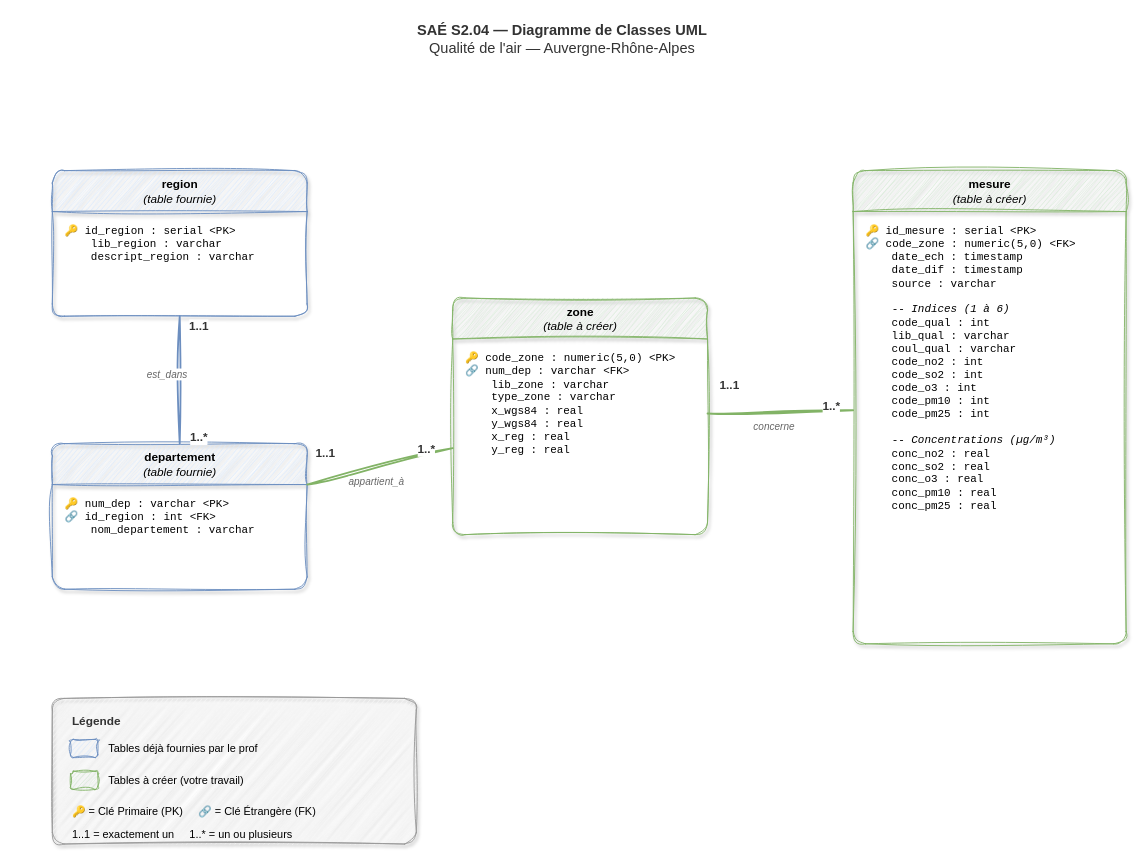
This is R2.06_Exploitation_BDD_TP/SAE_S1.04_BDD/diagramme_classes_SAE.drawio from mounabarry620-star/BDD_SQL_POSTGRES_BUT1_ARLES, a draw.io file, before an edit. Source tidied: cells renumbered, new cells numbered last; positions are measured from the earlier drawing's top-left corner, leaving out a move shared by most shapes. Both pictures are drawn from the tidied source at 91%, with x=0, y=0 at pixel (52, 15).
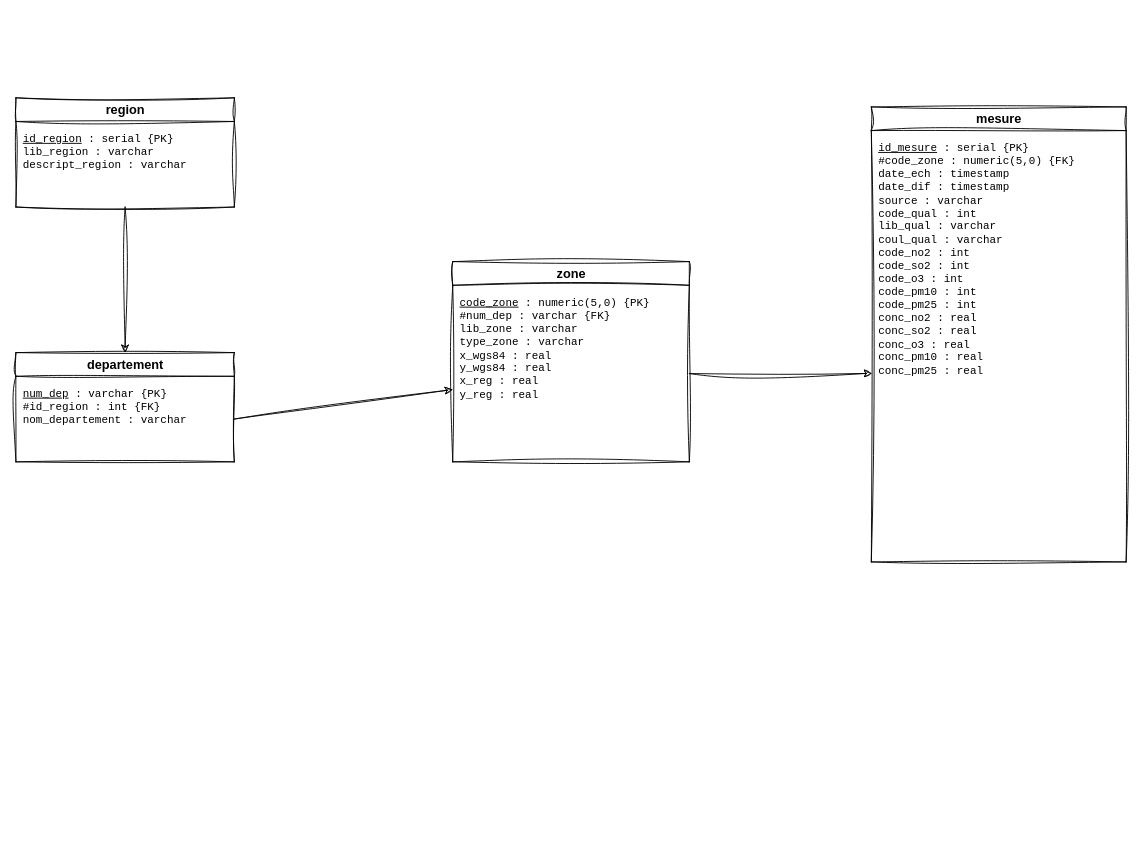
The same diagram, later.

What changed in the source:
```diff
@@
-    <mxCell id="2" value="&lt;b&gt;SAÉ S2.04 — Diagramme de Classes UML&lt;/b&gt;&lt;br&gt;Qualité de l'air — Auvergne-Rhône-Alpes" style="text;html=1;align=center;verticalAlign=middle;strokeColor=none;fillColor=none;fontSize=16;fontColor=#333333;rounded=1;sketch=1;curveFitting=1;jiggle=2;" parent="1" vertex="1">
-      <mxGeometry x="350" width="420" height="50" as="geometry" />
-    </mxCell>
-    <mxCell id="3" value="&lt;b&gt;region&lt;/b&gt;&lt;br&gt;&lt;i&gt;(table fournie)&lt;/i&gt;" style="swimlane;fontStyle=0;align=center;startSize=45;html=1;fontSize=13;fillColor=#dae8fc;strokeColor=#6c8ebf;rounded=1;arcSize=10;shadow=1;sketch=1;curveFitting=1;jiggle=2;" parent="1" vertex="1">
-      <mxGeometry y="170" width="280" height="160" as="geometry" />
+    <mxCell id="3" value="region" style="swimlane;fontStyle=1;align=center;startSize=26;html=1;fontSize=14;fillColor=none;strokeColor=#000000;sketch=1;curveFitting=1;jiggle=2;" parent="1" vertex="1">
+      <mxGeometry x="-40" y="90" width="240" height="120" as="geometry" />
     </mxCell>
-    <mxCell id="4" value="&lt;div style='text-align:left;padding:8px;font-size:12px;font-family:monospace;'&gt;🔑 id_region : serial &amp;lt;PK&amp;gt;&lt;br&gt;&amp;nbsp;&amp;nbsp;&amp;nbsp; lib_region : varchar&lt;br&gt;&amp;nbsp;&amp;nbsp;&amp;nbsp; descript_region : varchar&lt;/div&gt;" style="text;html=1;strokeColor=none;fillColor=none;align=left;verticalAlign=top;spacingLeft=4;spacingRight=4;overflow=hidden;whiteSpace=wrap;rounded=1;sketch=1;curveFitting=1;jiggle=2;" parent="3" vertex="1">
-      <mxGeometry y="45" width="280" height="115" as="geometry" />
+    <mxCell id="4" value="&lt;div style='text-align:left;padding:6px;font-size:12px;font-family:monospace;'&gt;&lt;u&gt;id_region&lt;/u&gt; : serial {PK}&lt;br&gt;lib_region : varchar&lt;br&gt;descript_region : varchar&lt;/div&gt;" style="text;html=1;strokeColor=none;fillColor=none;align=left;verticalAlign=top;overflow=hidden;whiteSpace=wrap;sketch=1;curveFitting=1;jiggle=2;" parent="3" vertex="1">
+      <mxGeometry y="26" width="240" height="94" as="geometry" />
     </mxCell>
-    <mxCell id="5" value="&lt;b&gt;departement&lt;/b&gt;&lt;br&gt;&lt;i&gt;(table fournie)&lt;/i&gt;" style="swimlane;fontStyle=0;align=center;startSize=45;html=1;fontSize=13;fillColor=#dae8fc;strokeColor=#6c8ebf;rounded=1;arcSize=10;shadow=1;sketch=1;curveFitting=1;jiggle=2;" parent="1" vertex="1">
-      <mxGeometry y="470" width="280" height="160" as="geometry" />
+    <mxCell id="5" value="departement" style="swimlane;fontStyle=1;align=center;startSize=26;html=1;fontSize=14;fillColor=none;strokeColor=#000000;sketch=1;curveFitting=1;jiggle=2;" parent="1" vertex="1">
+      <mxGeometry x="-40" y="370" width="240" height="120" as="geometry" />
     </mxCell>
-    <mxCell id="6" value="&lt;div style='text-align:left;padding:8px;font-size:12px;font-family:monospace;'&gt;🔑 num_dep : varchar &amp;lt;PK&amp;gt;&lt;br&gt;🔗 id_region : int &amp;lt;FK&amp;gt;&lt;br&gt;&amp;nbsp;&amp;nbsp;&amp;nbsp; nom_departement : varchar&lt;/div&gt;" style="text;html=1;strokeColor=none;fillColor=none;align=left;verticalAlign=top;spacingLeft=4;spacingRight=4;overflow=hidden;whiteSpace=wrap;rounded=1;sketch=1;curveFitting=1;jiggle=2;" parent="5" vertex="1">
-      <mxGeometry y="45" width="280" height="115" as="geometry" />
+    <mxCell id="6" value="&lt;div style='text-align:left;padding:6px;font-size:12px;font-family:monospace;'&gt;&lt;u&gt;num_dep&lt;/u&gt; : varchar {PK}&lt;br&gt;#id_region : int {FK}&lt;br&gt;nom_departement : varchar&lt;/div&gt;" style="text;html=1;strokeColor=none;fillColor=none;align=left;verticalAlign=top;overflow=hidden;whiteSpace=wrap;sketch=1;curveFitting=1;jiggle=2;" parent="5" vertex="1">
+      <mxGeometry y="26" width="240" height="94" as="geometry" />
     </mxCell>
-    <mxCell id="7" value="&lt;b&gt;zone&lt;/b&gt;&lt;br&gt;&lt;i&gt;(table à créer)&lt;/i&gt;" style="swimlane;fontStyle=0;align=center;startSize=45;html=1;fontSize=13;fillColor=#d5e8d4;strokeColor=#82b366;rounded=1;arcSize=10;shadow=1;sketch=1;curveFitting=1;jiggle=2;" parent="1" vertex="1">
-      <mxGeometry x="440" y="310" width="280" height="260" as="geometry" />
+    <mxCell id="7" value="zone" style="swimlane;fontStyle=1;align=center;startSize=26;html=1;fontSize=14;fillColor=none;strokeColor=#000000;sketch=1;curveFitting=1;jiggle=2;" parent="1" vertex="1">
+      <mxGeometry x="440" y="270" width="260" height="220" as="geometry" />
     </mxCell>
-    <mxCell id="8" value="&lt;div style='text-align:left;padding:8px;font-size:12px;font-family:monospace;'&gt;🔑 code_zone : numeric(5,0) &amp;lt;PK&amp;gt;&lt;br&gt;🔗 num_dep : varchar &amp;lt;FK&amp;gt;&lt;br&gt;&amp;nbsp;&amp;nbsp;&amp;nbsp; lib_zone : varchar&lt;br&gt;&amp;nbsp;&amp;nbsp;&amp;nbsp; type_zone : varchar&lt;br&gt;&amp;nbsp;&amp;nbsp;&amp;nbsp; x_wgs84 : real&lt;br&gt;&amp;nbsp;&amp;nbsp;&amp;nbsp; y_wgs84 : real&lt;br&gt;&amp;nbsp;&amp;nbsp;&amp;nbsp; x_reg : real&lt;br&gt;&amp;nbsp;&amp;nbsp;&amp;nbsp; y_reg : real&lt;/div&gt;" style="text;html=1;strokeColor=none;fillColor=none;align=left;verticalAlign=top;spacingLeft=4;spacingRight=4;overflow=hidden;whiteSpace=wrap;rounded=1;sketch=1;curveFitting=1;jiggle=2;" parent="7" vertex="1">
-      <mxGeometry y="45" width="280" height="215" as="geometry" />
+    <mxCell id="8" value="&lt;div style='text-align:left;padding:6px;font-size:12px;font-family:monospace;'&gt;&lt;u&gt;code_zone&lt;/u&gt; : numeric(5,0) {PK}&lt;br&gt;#num_dep : varchar {FK}&lt;br&gt;lib_zone : varchar&lt;br&gt;type_zone : varchar&lt;br&gt;x_wgs84 : real&lt;br&gt;y_wgs84 : real&lt;br&gt;x_reg : real&lt;br&gt;y_reg : real&lt;/div&gt;" style="text;html=1;strokeColor=none;fillColor=none;align=left;verticalAlign=top;overflow=hidden;whiteSpace=wrap;sketch=1;curveFitting=1;jiggle=2;" parent="7" vertex="1">
+      <mxGeometry y="26" width="260" height="194" as="geometry" />
     </mxCell>
-    <mxCell id="9" value="&lt;b&gt;mesure&lt;/b&gt;&lt;br&gt;&lt;i&gt;(table à créer)&lt;/i&gt;" style="swimlane;fontStyle=0;align=center;startSize=45;html=1;fontSize=13;fillColor=#d5e8d4;strokeColor=#82b366;rounded=1;arcSize=10;shadow=1;sketch=1;curveFitting=1;jiggle=2;" parent="1" vertex="1">
-      <mxGeometry x="880" y="170" width="300" height="520" as="geometry" />
+    <mxCell id="9" value="mesure" style="swimlane;fontStyle=1;align=center;startSize=26;html=1;fontSize=14;fillColor=none;strokeColor=#000000;sketch=1;curveFitting=1;jiggle=2;" parent="1" vertex="1">
+      <mxGeometry x="900" y="100" width="280" height="500" as="geometry" />
     </mxCell>
-    <mxCell id="10" value="&lt;div style='text-align:left;padding:8px;font-size:12px;font-family:monospace;'&gt;🔑 id_mesure : serial &amp;lt;PK&amp;gt;&lt;br&gt;🔗 code_zone : numeric(5,0) &amp;lt;FK&amp;gt;&lt;br&gt;&amp;nbsp;&amp;nbsp;&amp;nbsp; date_ech : timestamp&lt;br&gt;&amp;nbsp;&amp;nbsp;&amp;nbsp; date_dif : timestamp&lt;br&gt;&amp;nbsp;&amp;nbsp;&amp;nbsp; source : varchar&lt;br&gt;&lt;br&gt;&amp;nbsp;&amp;nbsp;&amp;nbsp; &lt;i&gt;-- Indices (1 à 6)&lt;/i&gt;&lt;br&gt;&amp;nbsp;&amp;nbsp;&amp;nbsp; code_qual : int&lt;br&gt;&amp;nbsp;&amp;nbsp;&amp;nbsp; lib_qual : varchar&lt;br&gt;&amp;nbsp;&amp;nbsp;&amp;nbsp; coul_qual : varchar&lt;br&gt;&amp;nbsp;&amp;nbsp;&amp;nbsp; code_no2 : int&lt;br&gt;&amp;nbsp;&amp;nbsp;&amp;nbsp; code_so2 : int&lt;br&gt;&amp;nbsp;&amp;nbsp;&amp;nbsp; code_o3 : int&lt;br&gt;&amp;nbsp;&amp;nbsp;&amp;nbsp; code_pm10 : int&lt;br&gt;&amp;nbsp;&amp;nbsp;&amp;nbsp; code_pm25 : int&lt;br&gt;&lt;br&gt;&amp;nbsp;&amp;nbsp;&amp;nbsp; &lt;i&gt;-- Concentrations (µg/m³)&lt;/i&gt;&lt;br&gt;&amp;nbsp;&amp;nbsp;&amp;nbsp; conc_no2 : real&lt;br&gt;&amp;nbsp;&amp;nbsp;&amp;nbsp; conc_so2 : real&lt;br&gt;&amp;nbsp;&amp;nbsp;&amp;nbsp; conc_o3 : real&lt;br&gt;&amp;nbsp;&amp;nbsp;&amp;nbsp; conc_pm10 : real&lt;br&gt;&amp;nbsp;&amp;nbsp;&amp;nbsp; conc_pm25 : real&lt;/div&gt;" style="text;html=1;strokeColor=none;fillColor=none;align=left;verticalAlign=top;spacingLeft=4;spacingRight=4;overflow=hidden;whiteSpace=wrap;rounded=1;sketch=1;curveFitting=1;jiggle=2;" parent="9" vertex="1">
-      <mxGeometry y="45" width="300" height="475" as="geometry" />
+    <mxCell id="10" value="&lt;div style='text-align:left;padding:6px;font-size:12px;font-family:monospace;'&gt;&lt;u&gt;id_mesure&lt;/u&gt; : serial {PK}&lt;br&gt;#code_zone : numeric(5,0) {FK}&lt;br&gt;date_ech : timestamp&lt;br&gt;date_dif : timestamp&lt;br&gt;source : varchar&lt;br&gt;code_qual : int&lt;br&gt;lib_qual : varchar&lt;br&gt;coul_qual : varchar&lt;br&gt;code_no2 : int&lt;br&gt;code_so2 : int&lt;br&gt;code_o3 : int&lt;br&gt;code_pm10 : int&lt;br&gt;code_pm25 : int&lt;br&gt;conc_no2 : real&lt;br&gt;conc_so2 : real&lt;br&gt;conc_o3 : real&lt;br&gt;conc_pm10 : real&lt;br&gt;conc_pm25 : real&lt;/div&gt;" style="text;html=1;strokeColor=none;fillColor=none;align=left;verticalAlign=top;overflow=hidden;whiteSpace=wrap;sketch=1;curveFitting=1;jiggle=2;" parent="9" vertex="1">
+      <mxGeometry y="26" width="280" height="474" as="geometry" />
     </mxCell>
-    <mxCell id="11" style="endArrow=none;html=1;strokeWidth=2;strokeColor=#6c8ebf;fontSize=12;sketch=1;curveFitting=1;jiggle=2;" parent="1" edge="1" source="3" target="5">
-      <mxGeometry relative="1" as="geometry" />
-    </mxCell>
-    <mxCell id="12" value="&lt;b&gt;1..1&lt;/b&gt;" style="edgeLabel;html=1;align=center;verticalAlign=bottom;fontSize=13;fontColor=#333333;labelBackgroundColor=#FFFFFF;rounded=1;sketch=1;curveFitting=1;jiggle=2;" parent="11" vertex="1">
-      <mxGeometry x="-0.7" y="20" relative="1" as="geometry" />
-    </mxCell>
-    <mxCell id="13" value="&lt;b&gt;1..*&lt;/b&gt;" style="edgeLabel;html=1;align=center;verticalAlign=top;fontSize=13;fontColor=#333333;labelBackgroundColor=#FFFFFF;rounded=1;sketch=1;curveFitting=1;jiggle=2;" parent="11" vertex="1">
-      <mxGeometry x="0.7" y="20" relative="1" as="geometry" />
-    </mxCell>
-    <mxCell id="14" value="&lt;i&gt;est_dans&lt;/i&gt;" style="edgeLabel;html=1;align=center;verticalAlign=middle;fontSize=11;fontColor=#666666;labelBackgroundColor=#FFFFFF;rounded=1;sketch=1;curveFitting=1;jiggle=2;" parent="11" vertex="1">
-      <mxGeometry x="-0.1" y="-15" relative="1" as="geometry" />
-    </mxCell>
-    <mxCell id="15" style="endArrow=none;html=1;strokeWidth=2;strokeColor=#82b366;fontSize=12;sketch=1;curveFitting=1;jiggle=2;" parent="1" edge="1" source="5" target="7">
-      <mxGeometry relative="1" as="geometry" />
-    </mxCell>
-    <mxCell id="16" value="&lt;b&gt;1..1&lt;/b&gt;" style="edgeLabel;html=1;align=center;verticalAlign=bottom;fontSize=13;fontColor=#333333;labelBackgroundColor=#FFFFFF;rounded=1;sketch=1;curveFitting=1;jiggle=2;" parent="15" vertex="1">
-      <mxGeometry x="-0.7" y="20" relative="1" as="geometry" />
-    </mxCell>
-    <mxCell id="17" value="&lt;b&gt;1..*&lt;/b&gt;" style="edgeLabel;html=1;align=center;verticalAlign=top;fontSize=13;fontColor=#333333;labelBackgroundColor=#FFFFFF;rounded=1;sketch=1;curveFitting=1;jiggle=2;" parent="15" vertex="1">
-      <mxGeometry x="0.7" y="20" relative="1" as="geometry" />
-    </mxCell>
-    <mxCell id="18" value="&lt;i&gt;appartient_à&lt;/i&gt;" style="edgeLabel;html=1;align=center;verticalAlign=middle;fontSize=11;fontColor=#666666;labelBackgroundColor=#FFFFFF;rounded=1;sketch=1;curveFitting=1;jiggle=2;" parent="15" vertex="1">
-      <mxGeometry x="-0.1" y="-15" relative="1" as="geometry" />
-    </mxCell>
-    <mxCell id="19" style="endArrow=none;html=1;strokeWidth=2;strokeColor=#82b366;fontSize=12;sketch=1;curveFitting=1;jiggle=2;" parent="1" edge="1" source="7" target="9">
-      <mxGeometry relative="1" as="geometry" />
-    </mxCell>
-    <mxCell id="20" value="&lt;b&gt;1..1&lt;/b&gt;" style="edgeLabel;html=1;align=center;verticalAlign=bottom;fontSize=13;fontColor=#333333;labelBackgroundColor=#FFFFFF;rounded=1;sketch=1;curveFitting=1;jiggle=2;" parent="19" vertex="1">
-      <mxGeometry x="-0.7" y="20" relative="1" as="geometry" />
-    </mxCell>
-    <mxCell id="21" value="&lt;b&gt;1..*&lt;/b&gt;" style="edgeLabel;html=1;align=center;verticalAlign=top;fontSize=13;fontColor=#333333;labelBackgroundColor=#FFFFFF;rounded=1;sketch=1;curveFitting=1;jiggle=2;" parent="19" vertex="1">
-      <mxGeometry x="0.7" y="20" relative="1" as="geometry" />
-    </mxCell>
-    <mxCell id="22" value="&lt;i&gt;concerne&lt;/i&gt;" style="edgeLabel;html=1;align=center;verticalAlign=middle;fontSize=11;fontColor=#666666;labelBackgroundColor=#FFFFFF;rounded=1;sketch=1;curveFitting=1;jiggle=2;" parent="19" vertex="1">
-      <mxGeometry x="-0.1" y="-15" relative="1" as="geometry" />
-    </mxCell>
-    <mxCell id="23" style="rounded=1;whiteSpace=wrap;html=1;fillColor=#f5f5f5;strokeColor=#999999;shadow=1;arcSize=8;sketch=1;curveFitting=1;jiggle=2;" parent="1" vertex="1">
-      <mxGeometry y="750" width="400" height="160" as="geometry" />
-    </mxCell>
-    <mxCell id="24" value="&lt;b&gt;Légende&lt;/b&gt;" style="text;html=1;align=left;verticalAlign=middle;strokeColor=none;fillColor=none;fontSize=13;fontColor=#333333;rounded=1;sketch=1;curveFitting=1;jiggle=2;" parent="1" vertex="1">
-      <mxGeometry x="20" y="760" width="80" height="30" as="geometry" />
-    </mxCell>
-    <mxCell id="25" style="rounded=1;whiteSpace=wrap;html=1;fillColor=#dae8fc;strokeColor=#6c8ebf;sketch=1;curveFitting=1;jiggle=2;" parent="1" vertex="1">
-      <mxGeometry x="20" y="795" width="30" height="20" as="geometry" />
-    </mxCell>
-    <mxCell id="26" value="Tables déjà fournies par le prof" style="text;html=1;align=left;verticalAlign=middle;strokeColor=none;fillColor=none;fontSize=12;rounded=1;sketch=1;curveFitting=1;jiggle=2;" parent="1" vertex="1">
-      <mxGeometry x="60" y="790" width="240" height="30" as="geometry" />
-    </mxCell>
-    <mxCell id="27" style="rounded=1;whiteSpace=wrap;html=1;fillColor=#d5e8d4;strokeColor=#82b366;sketch=1;curveFitting=1;jiggle=2;" parent="1" vertex="1">
-      <mxGeometry x="20" y="830" width="30" height="20" as="geometry" />
-    </mxCell>
-    <mxCell id="28" value="Tables à créer (votre travail)" style="text;html=1;align=left;verticalAlign=middle;strokeColor=none;fillColor=none;fontSize=12;rounded=1;sketch=1;curveFitting=1;jiggle=2;" parent="1" vertex="1">
-      <mxGeometry x="60" y="825" width="220" height="30" as="geometry" />
-    </mxCell>
-    <mxCell id="29" value="🔑 = Clé Primaire (PK) &amp;nbsp;&amp;nbsp;&amp;nbsp; 🔗 = Clé Étrangère (FK)" style="text;html=1;align=left;verticalAlign=middle;strokeColor=none;fillColor=none;fontSize=12;rounded=1;sketch=1;curveFitting=1;jiggle=2;" parent="1" vertex="1">
-      <mxGeometry x="20" y="860" width="340" height="30" as="geometry" />
-    </mxCell>
-    <mxCell id="30" value="1..1 = exactement un &amp;nbsp;&amp;nbsp;&amp;nbsp; 1..* = un ou plusieurs" style="text;html=1;align=left;verticalAlign=middle;strokeColor=none;fillColor=none;fontSize=12;rounded=1;sketch=1;curveFitting=1;jiggle=2;" parent="1" vertex="1">
-      <mxGeometry x="20" y="885" width="340" height="30" as="geometry" />
-    </mxCell>
+    <mxCell id="31" style="edgeStyle=none;sketch=1;hachureGap=4;jiggle=2;curveFitting=1;html=1;exitX=1;exitY=0.5;exitDx=0;exitDy=0;entryX=0.002;entryY=0.563;entryDx=0;entryDy=0;entryPerimeter=0;fontFamily=Architects Daughter;fontSize=16;" parent="1" edge="1" source="8" target="10">
+      <mxGeometry relative="1" as="geometry" />
+    </mxCell>
+    <mxCell id="32" style="edgeStyle=none;sketch=1;hachureGap=4;jiggle=2;curveFitting=1;html=1;exitX=1;exitY=0.5;exitDx=0;exitDy=0;fontFamily=Architects Daughter;fontSize=16;" parent="1" edge="1" source="6" target="8">
+      <mxGeometry relative="1" as="geometry" />
+    </mxCell>
+    <mxCell id="33" style="edgeStyle=none;sketch=1;hachureGap=4;jiggle=2;curveFitting=1;html=1;exitX=0.5;exitY=1;exitDx=0;exitDy=0;entryX=0.5;entryY=0;entryDx=0;entryDy=0;fontFamily=Architects Daughter;fontSize=16;" parent="1" edge="1" source="4" target="5">
+      <mxGeometry relative="1" as="geometry" />
+    </mxCell>
```
